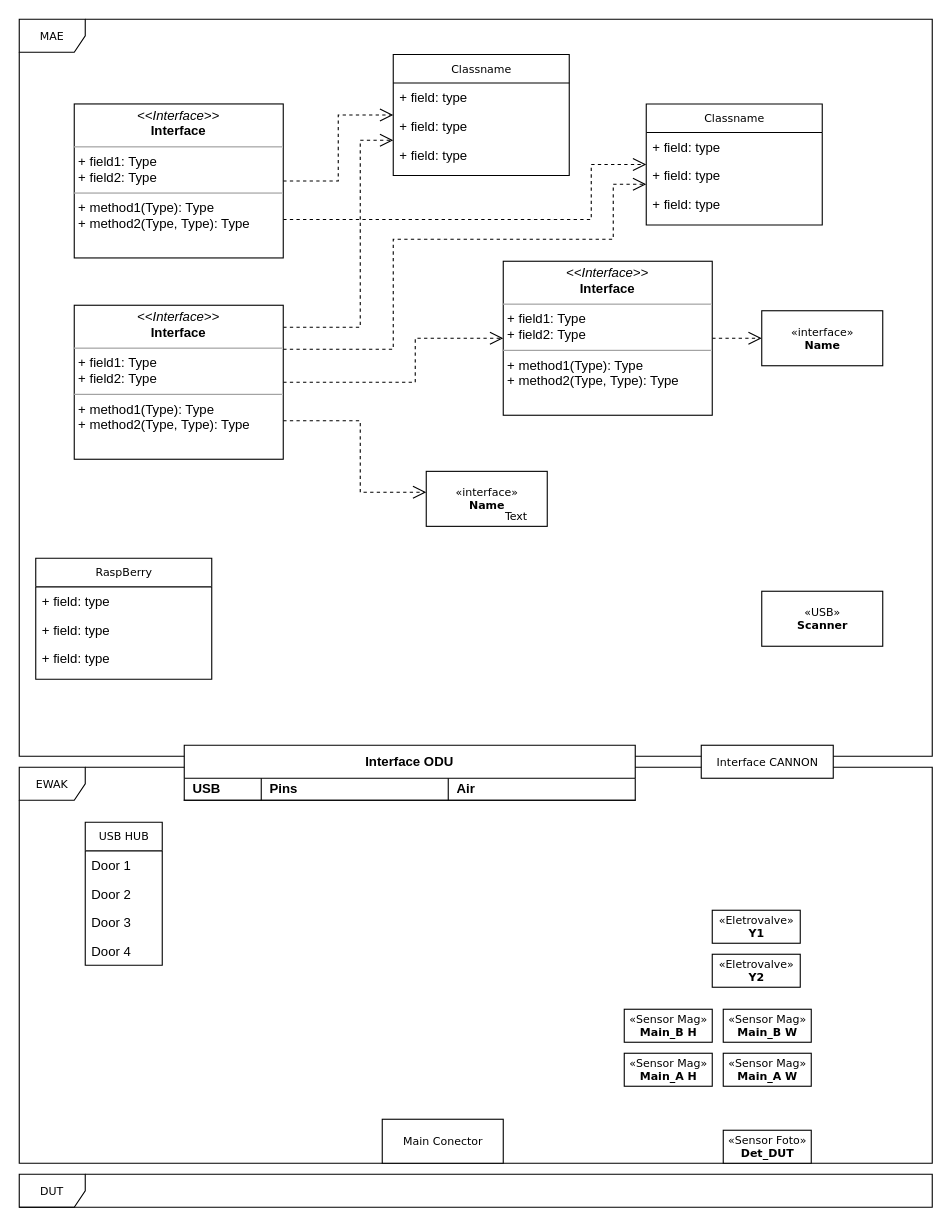
Before: SUB50.drawio in Waldri/index, a draw.io diagram. Source tidied: cells renumbered, new cells numbered last; positions are measured from the earlier drawing's top-left corner, leaving out a move shared by most shapes. Both pictures are drawn from the tidied source at 110%, with x=0, y=0 at pixel (19, 19).
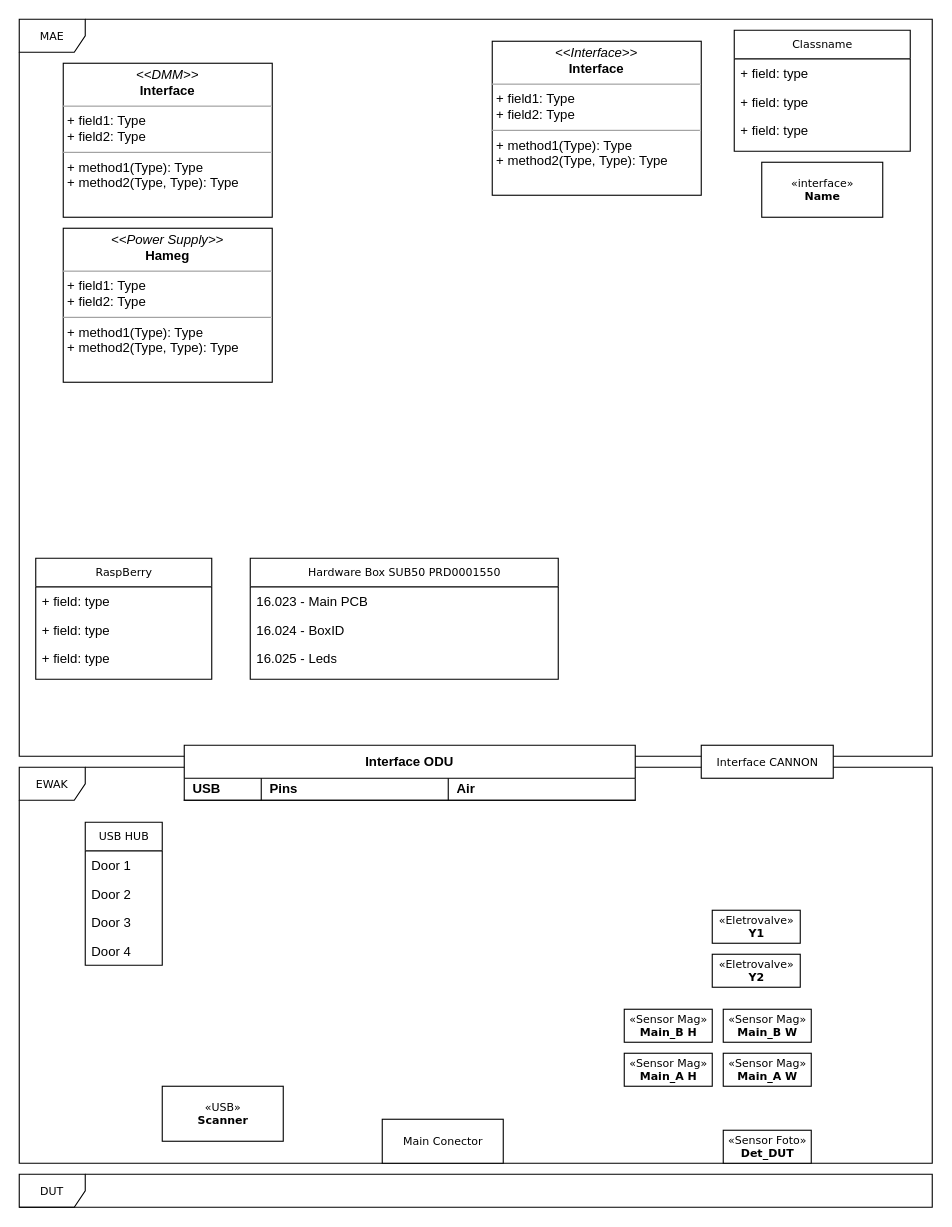
Above is the later version.

The edit, as a diff of the source:
```diff
@@
-    <mxCell id="3" value="Classname" style="swimlane;html=1;fontStyle=0;horizontal=1;startSize=26;fillColor=none;swimlaneFillColor=#ffffff;rounded=0;shadow=0;comic=0;labelBackgroundColor=none;strokeWidth=1;fontFamily=Verdana;fontSize=10;align=center;" parent="1" vertex="1">
-      <mxGeometry x="340" y="32" width="160" height="110" as="geometry" />
-    </mxCell>
-    <mxCell id="4" value="+ field: type" style="text;html=1;strokeColor=none;fillColor=none;align=left;verticalAlign=top;spacingLeft=4;spacingRight=4;whiteSpace=wrap;overflow=hidden;" parent="3" vertex="1">
-      <mxGeometry y="26" width="160" height="26" as="geometry" />
-    </mxCell>
-    <mxCell id="5" value="+ field: type" style="text;html=1;strokeColor=none;fillColor=none;align=left;verticalAlign=top;spacingLeft=4;spacingRight=4;whiteSpace=wrap;overflow=hidden;" parent="3" vertex="1">
-      <mxGeometry y="52" width="160" height="26" as="geometry" />
-    </mxCell>
-    <mxCell id="6" value="+ field: type" style="text;html=1;strokeColor=none;fillColor=none;align=left;verticalAlign=top;spacingLeft=4;spacingRight=4;whiteSpace=wrap;overflow=hidden;" parent="3" vertex="1">
-      <mxGeometry y="78" width="160" height="26" as="geometry" />
-    </mxCell>
     <mxCell id="7" value="Classname" style="swimlane;html=1;fontStyle=0;horizontal=1;startSize=26;fillColor=none;swimlaneFillColor=#ffffff;rounded=0;shadow=0;comic=0;labelBackgroundColor=none;strokeWidth=1;fontFamily=Verdana;fontSize=10;align=center;" parent="1" vertex="1">
-      <mxGeometry x="570" y="77" width="160" height="110" as="geometry" />
+      <mxGeometry x="650" y="10" width="160" height="110" as="geometry" />
     </mxCell>
@@
-    <mxCell id="11" value="&amp;laquo;interface&amp;raquo;&lt;br&gt;&lt;b&gt;Name&lt;/b&gt;" style="html=1;rounded=0;shadow=0;comic=0;labelBackgroundColor=none;strokeWidth=1;fontFamily=Verdana;fontSize=10;align=center;" parent="1" vertex="1">
-      <mxGeometry x="370" y="411" width="110" height="50" as="geometry" />
-    </mxCell>
-    <mxCell id="12" style="edgeStyle=orthogonalEdgeStyle;rounded=0;html=1;dashed=1;labelBackgroundColor=none;startFill=0;endArrow=open;endFill=0;endSize=10;fontFamily=Verdana;fontSize=10;" parent="1" edge="1" source="13" target="15">
-      <mxGeometry relative="1" as="geometry" />
-    </mxCell>
     <mxCell id="13" value="&lt;p style=&quot;margin:0px;margin-top:4px;text-align:center;&quot;&gt;&lt;i&gt;&amp;lt;&amp;lt;Interface&amp;gt;&amp;gt;&lt;/i&gt;&lt;br/&gt;&lt;b&gt;Interface&lt;/b&gt;&lt;/p&gt;&lt;hr size=&quot;1&quot;/&gt;&lt;p style=&quot;margin:0px;margin-left:4px;&quot;&gt;+ field1: Type&lt;br/&gt;+ field2: Type&lt;/p&gt;&lt;hr size=&quot;1&quot;/&gt;&lt;p style=&quot;margin:0px;margin-left:4px;&quot;&gt;+ method1(Type): Type&lt;br/&gt;+ method2(Type, Type): Type&lt;/p&gt;" style="verticalAlign=top;align=left;overflow=fill;fontSize=12;fontFamily=Helvetica;html=1;rounded=0;shadow=0;comic=0;labelBackgroundColor=none;strokeWidth=1;" parent="1" vertex="1">
-      <mxGeometry x="440" y="220" width="190" height="140" as="geometry" />
+      <mxGeometry x="430" y="20" width="190" height="140" as="geometry" />
     </mxCell>
-    <mxCell id="14" value="Text" style="text;html=1;align=left;verticalAlign=top;spacingTop=-4;fontSize=10;fontFamily=Verdana;fontColor=#000000;" parent="1" vertex="1">
-      <mxGeometry x="440" y="444" width="40" height="10" as="geometry" />
-    </mxCell>
     <mxCell id="15" value="&amp;laquo;interface&amp;raquo;&lt;br&gt;&lt;b&gt;Name&lt;/b&gt;" style="html=1;rounded=0;shadow=0;comic=0;labelBackgroundColor=none;strokeWidth=1;fontFamily=Verdana;fontSize=10;align=center;" parent="1" vertex="1">
-      <mxGeometry x="675" y="265" width="110" height="50" as="geometry" />
+      <mxGeometry x="675" y="130" width="110" height="50" as="geometry" />
     </mxCell>
-    <mxCell id="16" style="edgeStyle=orthogonalEdgeStyle;rounded=0;html=1;labelBackgroundColor=none;startFill=0;endArrow=open;endFill=0;endSize=10;fontFamily=Verdana;fontSize=10;dashed=1;" parent="1" edge="1" source="18" target="3">
-      <mxGeometry relative="1" as="geometry" />
-    </mxCell>
-    <mxCell id="17" style="edgeStyle=orthogonalEdgeStyle;rounded=0;html=1;exitX=1;exitY=0.75;dashed=1;labelBackgroundColor=none;startFill=0;endArrow=open;endFill=0;endSize=10;fontFamily=Verdana;fontSize=10;" parent="1" edge="1" source="18" target="7">
-      <mxGeometry relative="1" as="geometry">
-        <Array as="points">
-          <mxPoint x="520" y="182" />
-          <mxPoint x="520" y="132" />
-        </Array>
-      </mxGeometry>
-    </mxCell>
-    <mxCell id="18" value="&lt;p style=&quot;margin:0px;margin-top:4px;text-align:center;&quot;&gt;&lt;i&gt;&amp;lt;&amp;lt;Interface&amp;gt;&amp;gt;&lt;/i&gt;&lt;br/&gt;&lt;b&gt;Interface&lt;/b&gt;&lt;/p&gt;&lt;hr size=&quot;1&quot;/&gt;&lt;p style=&quot;margin:0px;margin-left:4px;&quot;&gt;+ field1: Type&lt;br/&gt;+ field2: Type&lt;/p&gt;&lt;hr size=&quot;1&quot;/&gt;&lt;p style=&quot;margin:0px;margin-left:4px;&quot;&gt;+ method1(Type): Type&lt;br/&gt;+ method2(Type, Type): Type&lt;/p&gt;" style="verticalAlign=top;align=left;overflow=fill;fontSize=12;fontFamily=Helvetica;html=1;rounded=0;shadow=0;comic=0;labelBackgroundColor=none;strokeWidth=1;" parent="1" vertex="1">
-      <mxGeometry x="50" y="77" width="190" height="140" as="geometry" />
-    </mxCell>
-    <mxCell id="19" style="edgeStyle=orthogonalEdgeStyle;rounded=0;html=1;dashed=1;labelBackgroundColor=none;startFill=0;endArrow=open;endFill=0;endSize=10;fontFamily=Verdana;fontSize=10;" parent="1" edge="1" source="23" target="3">
-      <mxGeometry relative="1" as="geometry">
-        <Array as="points">
-          <mxPoint x="310" y="280" />
-          <mxPoint x="310" y="110" />
-        </Array>
-      </mxGeometry>
-    </mxCell>
-    <mxCell id="20" style="edgeStyle=orthogonalEdgeStyle;rounded=0;html=1;dashed=1;labelBackgroundColor=none;startFill=0;endArrow=open;endFill=0;endSize=10;fontFamily=Verdana;fontSize=10;" parent="1" edge="1" source="23" target="7">
-      <mxGeometry relative="1" as="geometry">
-        <Array as="points">
-          <mxPoint x="340" y="300" />
-          <mxPoint x="340" y="200" />
-          <mxPoint x="540" y="200" />
-          <mxPoint x="540" y="150" />
-        </Array>
-      </mxGeometry>
-    </mxCell>
-    <mxCell id="21" style="edgeStyle=orthogonalEdgeStyle;rounded=0;html=1;dashed=1;labelBackgroundColor=none;startFill=0;endArrow=open;endFill=0;endSize=10;fontFamily=Verdana;fontSize=10;" parent="1" edge="1" source="23" target="13">
-      <mxGeometry relative="1" as="geometry">
-        <Array as="points">
-          <mxPoint x="360" y="330" />
-          <mxPoint x="360" y="290" />
-        </Array>
-      </mxGeometry>
-    </mxCell>
-    <mxCell id="22" style="edgeStyle=orthogonalEdgeStyle;rounded=0;html=1;exitX=1;exitY=0.75;dashed=1;labelBackgroundColor=none;startFill=0;endArrow=open;endFill=0;endSize=10;fontFamily=Verdana;fontSize=10;" parent="1" edge="1" source="23" target="11">
-      <mxGeometry relative="1" as="geometry">
-        <Array as="points">
-          <mxPoint x="310" y="365" />
-          <mxPoint x="310" y="430" />
-        </Array>
-      </mxGeometry>
-    </mxCell>
-    <mxCell id="23" value="&lt;p style=&quot;margin:0px;margin-top:4px;text-align:center;&quot;&gt;&lt;i&gt;&amp;lt;&amp;lt;Interface&amp;gt;&amp;gt;&lt;/i&gt;&lt;br/&gt;&lt;b&gt;Interface&lt;/b&gt;&lt;/p&gt;&lt;hr size=&quot;1&quot;/&gt;&lt;p style=&quot;margin:0px;margin-left:4px;&quot;&gt;+ field1: Type&lt;br/&gt;+ field2: Type&lt;/p&gt;&lt;hr size=&quot;1&quot;/&gt;&lt;p style=&quot;margin:0px;margin-left:4px;&quot;&gt;+ method1(Type): Type&lt;br/&gt;+ method2(Type, Type): Type&lt;/p&gt;" style="verticalAlign=top;align=left;overflow=fill;fontSize=12;fontFamily=Helvetica;html=1;rounded=0;shadow=0;comic=0;labelBackgroundColor=none;strokeWidth=1;" parent="1" vertex="1">
-      <mxGeometry x="50" y="260" width="190" height="140" as="geometry" />
-    </mxCell>
@@
     <mxCell id="40" value="«USB»&lt;br&gt;&lt;b&gt;Scanner&lt;/b&gt;" style="html=1;rounded=0;shadow=0;comic=0;labelBackgroundColor=none;strokeWidth=1;fontFamily=Verdana;fontSize=10;align=center;" parent="1" vertex="1">
-      <mxGeometry x="675" y="520" width="110" height="50" as="geometry" />
+      <mxGeometry x="130" y="970" width="110" height="50" as="geometry" />
     </mxCell>
@@
+    <mxCell id="50" value="Hardware Box SUB50&amp;nbsp;PRD0001550" style="swimlane;html=1;fontStyle=0;horizontal=1;startSize=26;fillColor=none;swimlaneFillColor=#ffffff;rounded=0;shadow=0;comic=0;labelBackgroundColor=none;strokeWidth=1;fontFamily=Verdana;fontSize=10;align=center;" parent="1" vertex="1">
+      <mxGeometry x="210" y="490" width="280" height="110" as="geometry" />
+    </mxCell>
+    <mxCell id="51" value="16.023 - Main PCB" style="text;html=1;strokeColor=none;fillColor=none;align=left;verticalAlign=top;spacingLeft=4;spacingRight=4;whiteSpace=wrap;overflow=hidden;" parent="50" vertex="1">
+      <mxGeometry y="26" width="280" height="26" as="geometry" />
+    </mxCell>
+    <mxCell id="52" value="16.024 - BoxID&lt;br&gt;" style="text;html=1;strokeColor=none;fillColor=none;align=left;verticalAlign=top;spacingLeft=4;spacingRight=4;whiteSpace=wrap;overflow=hidden;" parent="50" vertex="1">
+      <mxGeometry y="52" width="280" height="26" as="geometry" />
+    </mxCell>
+    <mxCell id="53" value="16.025 - Leds" style="text;html=1;strokeColor=none;fillColor=none;align=left;verticalAlign=top;spacingLeft=4;spacingRight=4;whiteSpace=wrap;overflow=hidden;" parent="50" vertex="1">
+      <mxGeometry y="78" width="280" height="26" as="geometry" />
+    </mxCell>
+    <mxCell id="54" value="&lt;p style=&quot;margin:0px;margin-top:4px;text-align:center;&quot;&gt;&lt;i&gt;&amp;lt;&amp;lt;DMM&amp;gt;&amp;gt;&lt;/i&gt;&lt;br&gt;&lt;b&gt;Interface&lt;/b&gt;&lt;/p&gt;&lt;hr size=&quot;1&quot;&gt;&lt;p style=&quot;margin:0px;margin-left:4px;&quot;&gt;+ field1: Type&lt;br&gt;+ field2: Type&lt;/p&gt;&lt;hr size=&quot;1&quot;&gt;&lt;p style=&quot;margin:0px;margin-left:4px;&quot;&gt;+ method1(Type): Type&lt;br&gt;+ method2(Type, Type): Type&lt;/p&gt;" style="verticalAlign=top;align=left;overflow=fill;fontSize=12;fontFamily=Helvetica;html=1;rounded=0;shadow=0;comic=0;labelBackgroundColor=none;strokeWidth=1;" parent="1" vertex="1">
+      <mxGeometry x="40" y="40" width="190" height="140" as="geometry" />
+    </mxCell>
+    <mxCell id="55" value="&lt;p style=&quot;margin:0px;margin-top:4px;text-align:center;&quot;&gt;&lt;i&gt;&amp;lt;&amp;lt;Power Supply&amp;gt;&amp;gt;&lt;/i&gt;&lt;br&gt;&lt;b&gt;Hameg&lt;/b&gt;&lt;/p&gt;&lt;hr size=&quot;1&quot;&gt;&lt;p style=&quot;margin:0px;margin-left:4px;&quot;&gt;+ field1: Type&lt;br&gt;+ field2: Type&lt;/p&gt;&lt;hr size=&quot;1&quot;&gt;&lt;p style=&quot;margin:0px;margin-left:4px;&quot;&gt;+ method1(Type): Type&lt;br&gt;+ method2(Type, Type): Type&lt;/p&gt;" style="verticalAlign=top;align=left;overflow=fill;fontSize=12;fontFamily=Helvetica;html=1;rounded=0;shadow=0;comic=0;labelBackgroundColor=none;strokeWidth=1;" parent="1" vertex="1">
+      <mxGeometry x="40" y="190" width="190" height="140" as="geometry" />
+    </mxCell>
```
